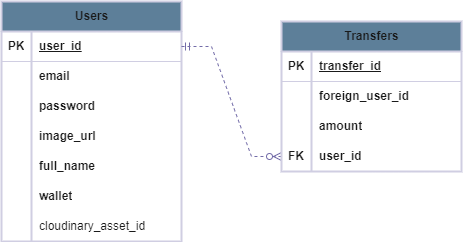
Above: demo_credit.drawio.png in je2781/demo-credit (draw.io), before the change. Source tidied: cells renumbered, new cells last; positions are measured from the earlier drawing's top-left corner, leaving out a move shared by most shapes.
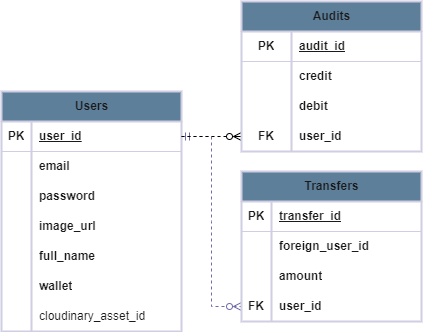
The same file after the commit.

Diff of the diagram source:
```diff
@@ -3,7 +3,7 @@
     <mxCell id="0" />
     <mxCell id="1" parent="0" />
     <mxCell id="2" value="Users" style="shape=table;startSize=30;rowLines=0;fontStyle=1;align=center;html=1;labelBackgroundColor=none;fillColor=#5D7F99;strokeColor=#D0CEE2;fontColor=#1A1A1A;rounded=0;shadow=0;gradientColor=none;swimlaneFillColor=none;strokeWidth=2;" parent="1" vertex="1">
-      <mxGeometry width="180" height="240" as="geometry" />
+      <mxGeometry x="-10" y="20" width="180" height="240" as="geometry" />
     </mxCell>
     <mxCell id="3" style="shape=tableRow;horizontal=0;startSize=0;swimlaneHead=0;swimlaneBody=0;fillColor=none;points=[[0,0.5],[1,0.5]];portConstraint=eastwest;top=0;left=0;right=0;bottom=1;labelBackgroundColor=none;strokeColor=#D0CEE2;fontColor=#1A1A1A;rounded=1;" parent="2" vertex="1">
       <mxGeometry y="30" width="180" height="30" as="geometry" />
@@ -72,7 +72,7 @@
       <mxGeometry relative="1" as="geometry" />
     </mxCell>
     <mxCell id="25" value="Transfers" style="shape=table;startSize=30;rowLines=0;fontStyle=1;align=center;html=1;labelBackgroundColor=none;fillColor=#5D7F99;strokeColor=#D0CEE2;fontColor=#1A1A1A;rounded=0;strokeWidth=2;" parent="1" vertex="1">
-      <mxGeometry x="280" y="20" width="180" height="150" as="geometry" />
+      <mxGeometry x="230" y="100" width="180" height="150" as="geometry" />
     </mxCell>
     <mxCell id="26" style="shape=tableRow;horizontal=0;startSize=0;swimlaneHead=0;swimlaneBody=0;fillColor=none;top=0;left=0;right=0;bottom=1;labelBackgroundColor=none;strokeColor=#D0CEE2;fontColor=#1A1A1A;rounded=1;" parent="25" vertex="1">
       <mxGeometry y="30" width="180" height="30" as="geometry" />
@@ -110,5 +110,51 @@
     <mxCell id="37" value="user_id" style="shape=partialRectangle;fillColor=none;top=0;left=0;bottom=0;right=0;align=left;spacingLeft=6;overflow=hidden;whiteSpace=wrap;html=1;fontStyle=1;labelBackgroundColor=none;strokeColor=#D0CEE2;fontColor=#1A1A1A;rounded=1;" parent="35" vertex="1">
       <mxGeometry x="30" width="150" height="30" as="geometry" />
     </mxCell>
+    <mxCell id="38" style="edgeStyle=entityRelationEdgeStyle;fontSize=12;html=1;endArrow=ERzeroToMany;endFill=0;rounded=0;exitX=1;exitY=0.5;exitDx=0;exitDy=0;entryX=0;entryY=0.5;entryDx=0;entryDy=0;dashed=1;" parent="1" edge="1" source="3" target="49">
+      <mxGeometry relative="1" as="geometry">
+        <Array as="points">
+          <mxPoint x="210" y="-40" />
+        </Array>
+      </mxGeometry>
+    </mxCell>
+    <mxCell id="39" value="Audits" style="shape=table;startSize=30;rowLines=0;fontStyle=1;align=center;html=1;labelBackgroundColor=none;fillColor=#5D7F99;strokeColor=#D0CEE2;fontColor=#1A1A1A;rounded=0;strokeWidth=2;" parent="1" vertex="1">
+      <mxGeometry x="230" y="-70" width="180" height="150" as="geometry" />
+    </mxCell>
+    <mxCell id="40" style="shape=tableRow;horizontal=0;startSize=0;swimlaneHead=0;swimlaneBody=0;fillColor=none;top=0;left=0;right=0;bottom=1;labelBackgroundColor=none;strokeColor=#D0CEE2;fontColor=#1A1A1A;rounded=1;" parent="39" vertex="1">
+      <mxGeometry y="30" width="180" height="30" as="geometry" />
+    </mxCell>
+    <mxCell id="41" value="PK" style="shape=partialRectangle;fillColor=none;top=0;left=0;bottom=0;right=0;fontStyle=1;overflow=hidden;whiteSpace=wrap;html=1;labelBackgroundColor=none;strokeColor=#D0CEE2;fontColor=#1A1A1A;rounded=1;" parent="40" vertex="1">
+      <mxGeometry width="50" height="30" as="geometry" />
+    </mxCell>
+    <mxCell id="42" value="audit_id" style="shape=partialRectangle;fillColor=none;top=0;left=0;bottom=0;right=0;align=left;spacingLeft=6;fontStyle=5;overflow=hidden;whiteSpace=wrap;html=1;labelBackgroundColor=none;strokeColor=#D0CEE2;fontColor=#1A1A1A;rounded=1;" parent="40" vertex="1">
+      <mxGeometry x="50" width="130" height="30" as="geometry" />
+    </mxCell>
+    <mxCell id="43" style="shape=tableRow;horizontal=0;startSize=0;swimlaneHead=0;swimlaneBody=0;fillColor=none;top=0;left=0;right=0;bottom=0;labelBackgroundColor=none;strokeColor=#D0CEE2;fontColor=#1A1A1A;rounded=1;" parent="39" vertex="1">
+      <mxGeometry y="60" width="180" height="30" as="geometry" />
+    </mxCell>
+    <mxCell id="44" style="shape=partialRectangle;fillColor=none;top=0;left=0;bottom=0;right=0;overflow=hidden;whiteSpace=wrap;html=1;labelBackgroundColor=none;strokeColor=#D0CEE2;fontColor=#1A1A1A;rounded=1;" parent="43" vertex="1">
+      <mxGeometry width="50" height="30" as="geometry" />
+    </mxCell>
+    <mxCell id="45" value="credit" style="shape=partialRectangle;fillColor=none;top=0;left=0;bottom=0;right=0;align=left;spacingLeft=6;overflow=hidden;whiteSpace=wrap;html=1;fontStyle=1;labelBackgroundColor=none;strokeColor=#D0CEE2;fontColor=#1A1A1A;rounded=1;strokeWidth=4;" parent="43" vertex="1">
+      <mxGeometry x="50" width="130" height="30" as="geometry" />
+    </mxCell>
+    <mxCell id="46" style="shape=tableRow;horizontal=0;startSize=0;swimlaneHead=0;swimlaneBody=0;fillColor=none;top=0;left=0;right=0;bottom=0;labelBackgroundColor=none;strokeColor=#D0CEE2;fontColor=#1A1A1A;rounded=1;" parent="39" vertex="1">
+      <mxGeometry y="90" width="180" height="30" as="geometry" />
+    </mxCell>
+    <mxCell id="47" style="shape=partialRectangle;fillColor=none;top=0;left=0;bottom=0;right=0;overflow=hidden;whiteSpace=wrap;html=1;labelBackgroundColor=none;strokeColor=#D0CEE2;fontColor=#1A1A1A;rounded=1;" parent="46" vertex="1">
+      <mxGeometry width="50" height="30" as="geometry" />
+    </mxCell>
+    <mxCell id="48" value="debit" style="shape=partialRectangle;fillColor=none;top=0;left=0;bottom=0;right=0;align=left;spacingLeft=6;overflow=hidden;whiteSpace=wrap;html=1;fontStyle=1;labelBackgroundColor=none;strokeColor=#D0CEE2;fontColor=#1A1A1A;rounded=1;" parent="46" vertex="1">
+      <mxGeometry x="50" width="130" height="30" as="geometry" />
+    </mxCell>
+    <mxCell id="49" style="shape=tableRow;horizontal=0;startSize=0;swimlaneHead=0;swimlaneBody=0;fillColor=none;points=[[0,0.5],[1,0.5]];portConstraint=eastwest;top=0;left=0;right=0;bottom=0;labelBackgroundColor=none;strokeColor=#D0CEE2;fontColor=#1A1A1A;rounded=1;" parent="39" vertex="1">
+      <mxGeometry y="120" width="180" height="30" as="geometry" />
+    </mxCell>
+    <mxCell id="50" value="FK" style="shape=partialRectangle;fillColor=none;top=0;left=0;bottom=0;right=0;overflow=hidden;whiteSpace=wrap;html=1;labelBackgroundColor=none;strokeColor=#D0CEE2;fontColor=#1A1A1A;rounded=1;fontStyle=1;" parent="49" vertex="1">
+      <mxGeometry width="50" height="30" as="geometry" />
+    </mxCell>
+    <mxCell id="51" value="user_id" style="shape=partialRectangle;fillColor=none;top=0;left=0;bottom=0;right=0;align=left;spacingLeft=6;overflow=hidden;whiteSpace=wrap;html=1;fontStyle=1;labelBackgroundColor=none;strokeColor=#D0CEE2;fontColor=#1A1A1A;rounded=1;" parent="49" vertex="1">
+      <mxGeometry x="50" width="130" height="30" as="geometry" />
+    </mxCell>
   </root>
 </mxGraphModel>
```
